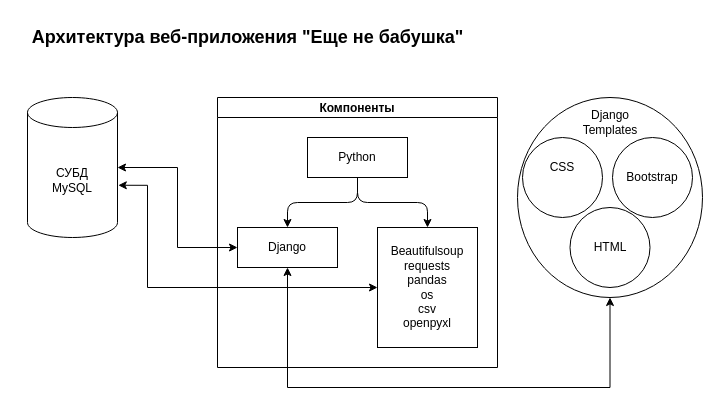
The draw.io diagram ER/архитектура проекта.drawio in OlgaTora/Recommendation_project, before the edit. Source tidied: cells renumbered, new cells numbered last; positions are measured from the earlier drawing's top-left corner, leaving out a move shared by most shapes. Both pictures are drawn from the tidied source at 100%, with x=0, y=0 at pixel (17, 17).
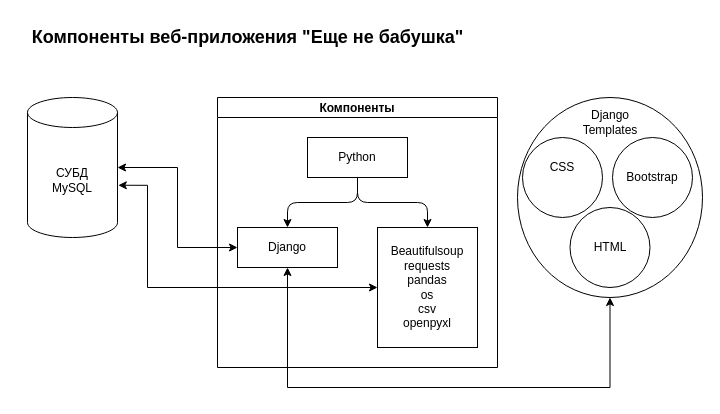
The same page after the edit.

The edit, as a diff of the source:
```diff
@@
-    <mxCell id="5" value="&lt;b&gt;&lt;font style=&quot;font-size: 18px;&quot;&gt;Архитектура веб-приложения &quot;Еще не бабушка&quot;&lt;/font&gt;&lt;/b&gt;" style="text;html=1;align=center;verticalAlign=middle;strokeColor=none;fillColor=none;" parent="1" vertex="1">
+    <mxCell id="5" value="&lt;b&gt;&lt;font style=&quot;font-size: 18px;&quot;&gt;Компоненты веб-приложения &quot;Еще не бабушка&quot;&lt;/font&gt;&lt;/b&gt;" style="text;html=1;align=center;verticalAlign=middle;strokeColor=none;fillColor=none;" parent="1" vertex="1">
       <mxGeometry width="460" height="40" as="geometry" />
     </mxCell>
```
